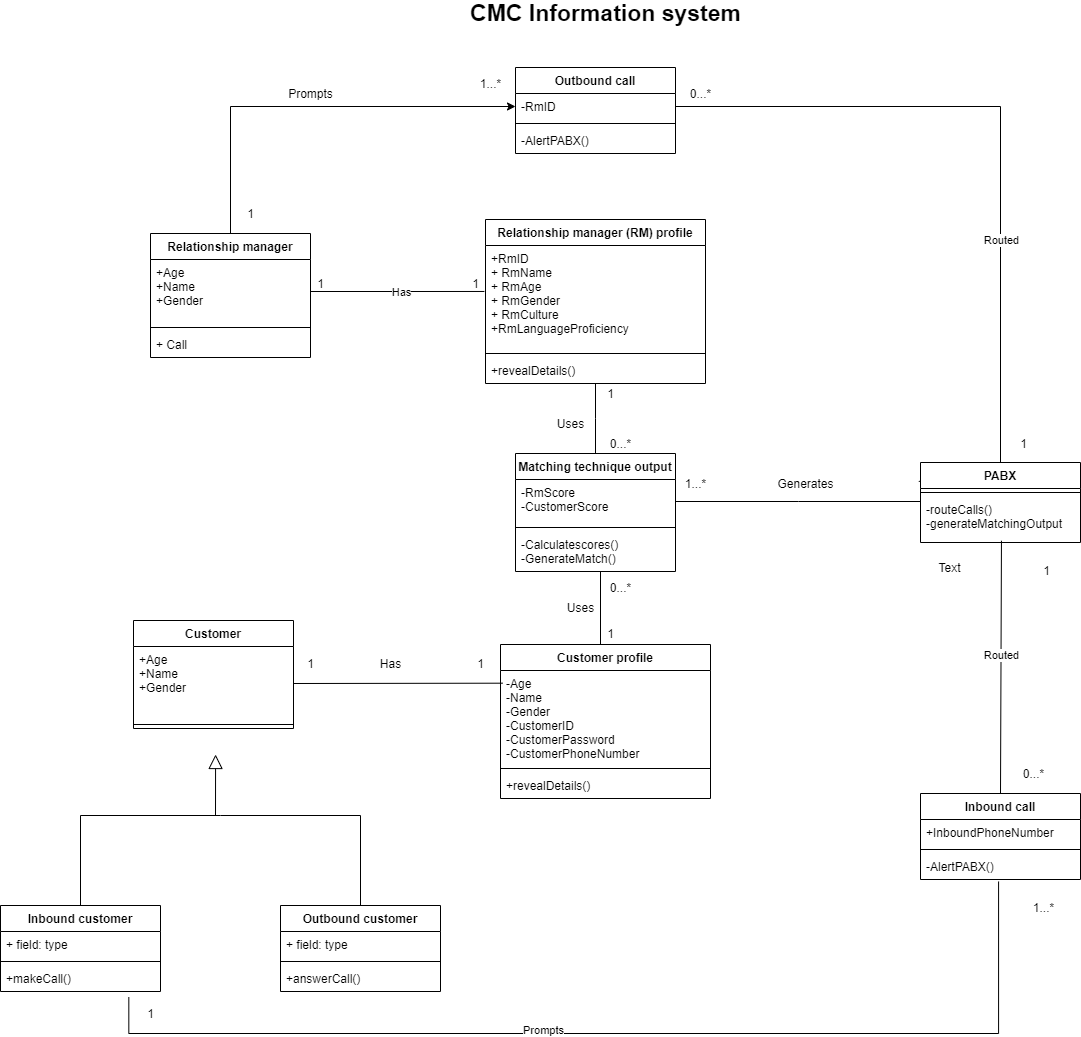
Before: Folder for workproducts and models/Class diagram final iteration by Arvin.png, a diagram exported from draw.io (tharlon7/ADJMT). Source tidied: cells renumbered, new cells last; positions are measured from the earlier drawing's top-left corner, leaving out a move shared by most shapes.
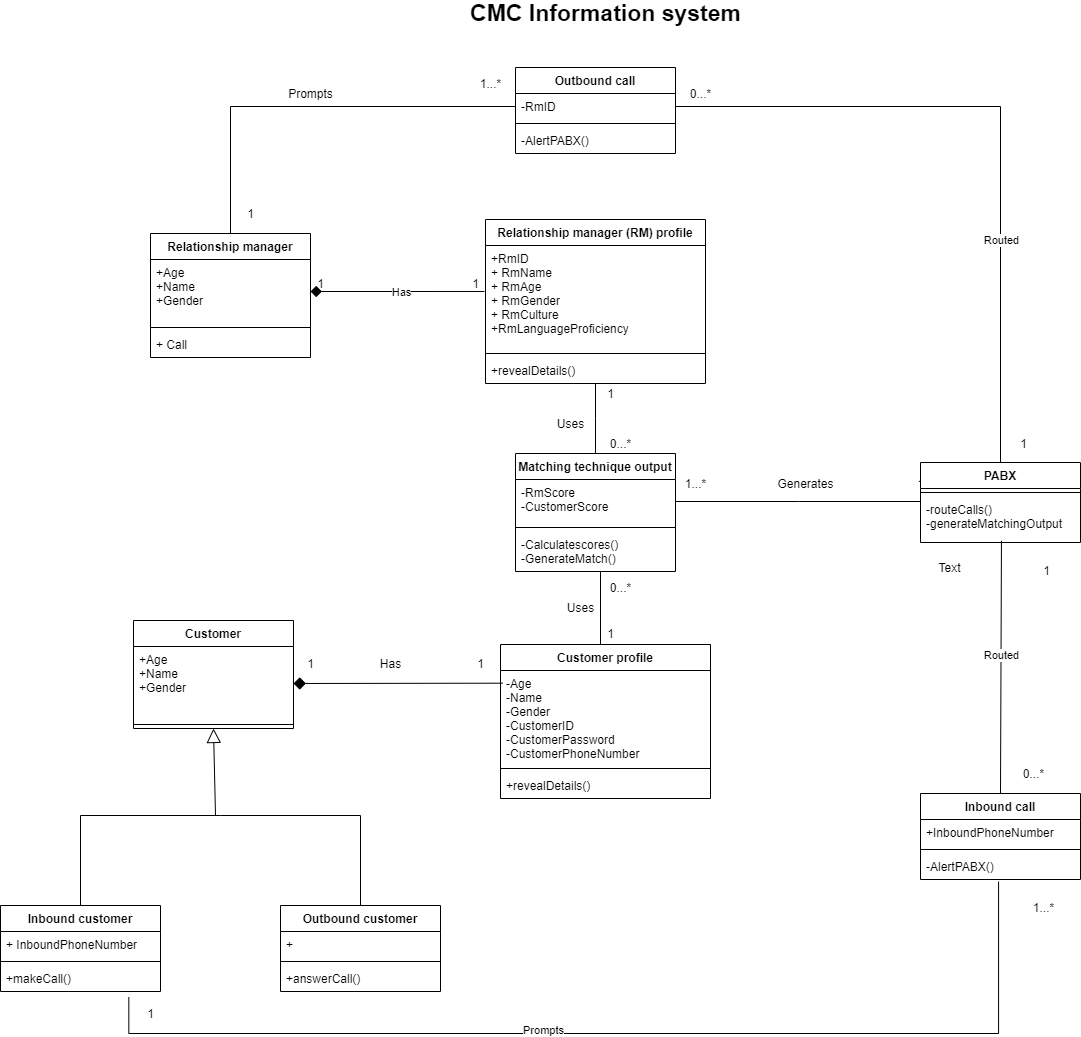
The same diagram one commit later.

Commit message:
updated attributes and added tharlon's edits

The edit, as a diff of the source:
```diff
@@ -2,7 +2,7 @@
   <root>
     <mxCell id="0" />
     <mxCell id="1" parent="0" />
-    <mxCell id="2" style="edgeStyle=orthogonalEdgeStyle;rounded=0;jettySize=auto;html=1;exitX=0.5;exitY=0;exitDx=0;exitDy=0;entryX=0;entryY=0.5;entryDx=0;entryDy=0;" parent="1" edge="1" source="3" target="61">
+    <mxCell id="2" style="edgeStyle=orthogonalEdgeStyle;rounded=0;jettySize=auto;html=1;exitX=0.5;exitY=0;exitDx=0;exitDy=0;entryX=0;entryY=0.5;entryDx=0;entryDy=0;endArrow=none;endFill=0;" parent="1" edge="1" source="3" target="61">
       <mxGeometry relative="1" as="geometry" />
     </mxCell>
     <mxCell id="3" value="Relationship manager" style="swimlane;fontStyle=1;align=center;verticalAlign=top;horizontal=1;startSize=26;strokeColor=#000000;" parent="1" vertex="1">
@@ -17,7 +17,7 @@
     <mxCell id="6" value="+ Call" style="text;strokeColor=none;fillColor=none;align=left;verticalAlign=top;spacingLeft=4;spacingRight=4;overflow=hidden;" parent="3" vertex="1">
       <mxGeometry y="98" width="160" height="26" as="geometry" />
     </mxCell>
-    <mxCell id="7" style="rounded=0;jettySize=auto;html=1;exitX=1;exitY=0.5;exitDx=0;exitDy=0;entryX=-0.005;entryY=0.442;entryDx=0;entryDy=0;entryPerimeter=0;endArrow=none;endFill=0;startArrow=none;startFill=0;" parent="1" edge="1" source="4" target="10">
+    <mxCell id="7" style="rounded=0;jettySize=auto;html=1;exitX=1;exitY=0.5;exitDx=0;exitDy=0;entryX=-0.005;entryY=0.442;entryDx=0;entryDy=0;entryPerimeter=0;endArrow=none;endFill=0;startArrow=diamond;startFill=1;startSize=9;" parent="1" edge="1" source="4" target="10">
       <mxGeometry relative="1" as="geometry">
         <Array as="points">
           <mxPoint x="410" y="288" />
@@ -63,16 +63,15 @@
         </Array>
       </mxGeometry>
     </mxCell>
-    <mxCell id="17" style="endArrow=block;html=1;entryX=0.513;entryY=1;entryDx=0;entryDy=0;entryPerimeter=0;endFill=0;endSize=12;" parent="1" edge="1">
+    <mxCell id="17" style="endArrow=block;html=1;entryX=0.5;entryY=1;entryDx=0;entryDy=0;endFill=0;endSize=12;" parent="1" edge="1" target="76">
       <mxGeometry relative="1" as="geometry">
         <mxPoint x="215" y="812" as="sourcePoint" />
-        <mxPoint x="215.1" y="751" as="targetPoint" />
       </mxGeometry>
     </mxCell>
     <mxCell id="18" value="Outbound customer" style="swimlane;fontStyle=1;align=center;verticalAlign=top;horizontal=1;startSize=26;strokeColor=#000000;" parent="1" vertex="1">
       <mxGeometry x="280" y="902" width="160" height="86" as="geometry" />
     </mxCell>
-    <mxCell id="19" value="+ field: type" style="text;strokeColor=none;fillColor=none;align=left;verticalAlign=top;spacingLeft=4;spacingRight=4;overflow=hidden;" parent="18" vertex="1">
+    <mxCell id="19" value="+ " style="text;strokeColor=none;fillColor=none;align=left;verticalAlign=top;spacingLeft=4;spacingRight=4;overflow=hidden;" parent="18" vertex="1">
       <mxGeometry y="26" width="160" height="26" as="geometry" />
     </mxCell>
     <mxCell id="20" style="line;strokeWidth=1;fillColor=none;align=left;verticalAlign=middle;spacingTop=-1;spacingLeft=3;spacingRight=3;labelPosition=right;" parent="18" vertex="1">
@@ -84,7 +83,7 @@
     <mxCell id="22" value="Inbound customer" style="swimlane;fontStyle=1;align=center;verticalAlign=top;horizontal=1;startSize=26;strokeColor=#000000;" parent="1" vertex="1">
       <mxGeometry y="902" width="160" height="86" as="geometry" />
     </mxCell>
-    <mxCell id="23" value="+ field: type" style="text;strokeColor=none;fillColor=none;align=left;verticalAlign=top;spacingLeft=4;spacingRight=4;overflow=hidden;" parent="22" vertex="1">
+    <mxCell id="23" value="+ InboundPhoneNumber" style="text;strokeColor=none;fillColor=none;align=left;verticalAlign=top;spacingLeft=4;spacingRight=4;overflow=hidden;" parent="22" vertex="1">
       <mxGeometry y="26" width="160" height="26" as="geometry" />
     </mxCell>
     <mxCell id="24" style="line;strokeWidth=1;fillColor=none;align=left;verticalAlign=middle;spacingTop=-1;spacingLeft=3;spacingRight=3;labelPosition=right;" parent="22" vertex="1">
@@ -96,7 +95,7 @@
     <mxCell id="26" style="edgeStyle=elbowEdgeStyle;rounded=0;jettySize=auto;html=1;exitX=0.5;exitY=0;exitDx=0;exitDy=0;entryX=0.5;entryY=1;entryDx=0;entryDy=0;startArrow=none;startFill=0;endArrow=none;endFill=0;endSize=12;" parent="1" edge="1" source="70" target="37">
       <mxGeometry relative="1" as="geometry" />
     </mxCell>
-    <mxCell id="27" style="rounded=0;jettySize=auto;html=1;exitX=1;exitY=0.5;exitDx=0;exitDy=0;startArrow=none;startFill=0;endArrow=none;endFill=0;endSize=12;entryX=0.01;entryY=0.135;entryDx=0;entryDy=0;entryPerimeter=0;" parent="1" edge="1" source="77" target="71">
+    <mxCell id="27" style="rounded=0;jettySize=auto;html=1;exitX=1;exitY=0.5;exitDx=0;exitDy=0;startArrow=diamond;startFill=1;endArrow=none;endFill=0;endSize=12;entryX=0.01;entryY=0.135;entryDx=0;entryDy=0;entryPerimeter=0;strokeWidth=1;startSize=10;" parent="1" edge="1" source="77" target="71">
       <mxGeometry relative="1" as="geometry" />
     </mxCell>
     <mxCell id="28" value="1" style="text;html=1;align=center;verticalAlign=middle;" parent="1" vertex="1">
```
